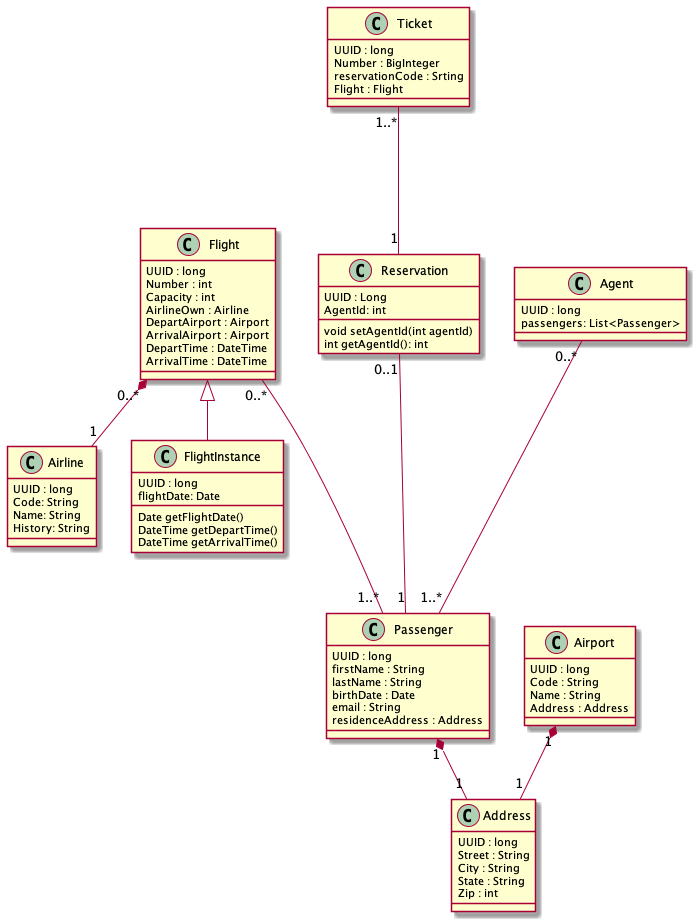
Before: Diagrams/Uml/Project.png, a diagram exported from PlantUML (AlperenElbasan/FlightReservationSystem).
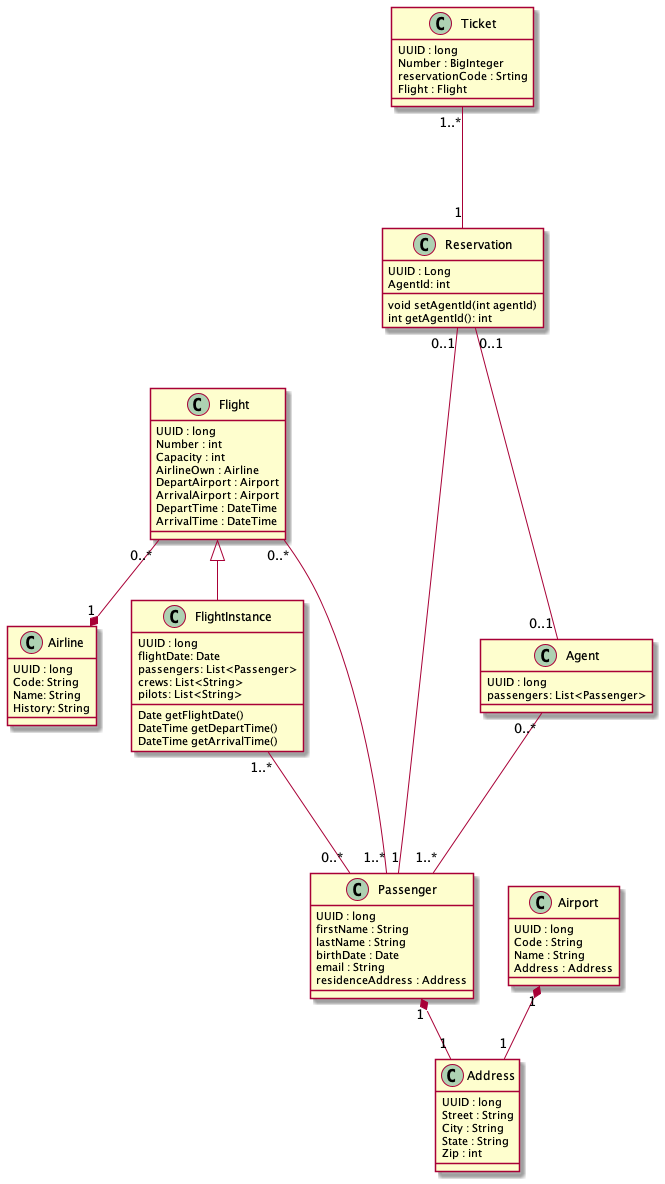
After the change.

Diff of the diagram source:
```diff
@@ -36,6 +36,9 @@
 Class FlightInstance{
     UUID : long
     flightDate: Date
+    passengers: List<Passenger>
+    crews: List<String>
+    pilots: List<String>
     Date getFlightDate()
     DateTime getDepartTime()
     DateTime getArrivalTime()
@@ -71,7 +74,7 @@
 }
 
 Airport "1" *-- "1" Address
-Flight "0..*" *-- "1" Airline
+Flight "0..*" --* "1" Airline
 Flight ^-- FlightInstance
 Passenger "1" *-- "1" Address
 
@@ -79,7 +82,8 @@
 Flight "0..*" --- "1..*" Passenger
 Ticket "1..*" --- "1" Reservation
 Agent "0..*" --- "1..*" Passenger
+Reservation "0..1" --- "0..1" Agent
 
-
+FlightInstance "1..*" --- "0..*" Passenger
 
 @enduml
```
